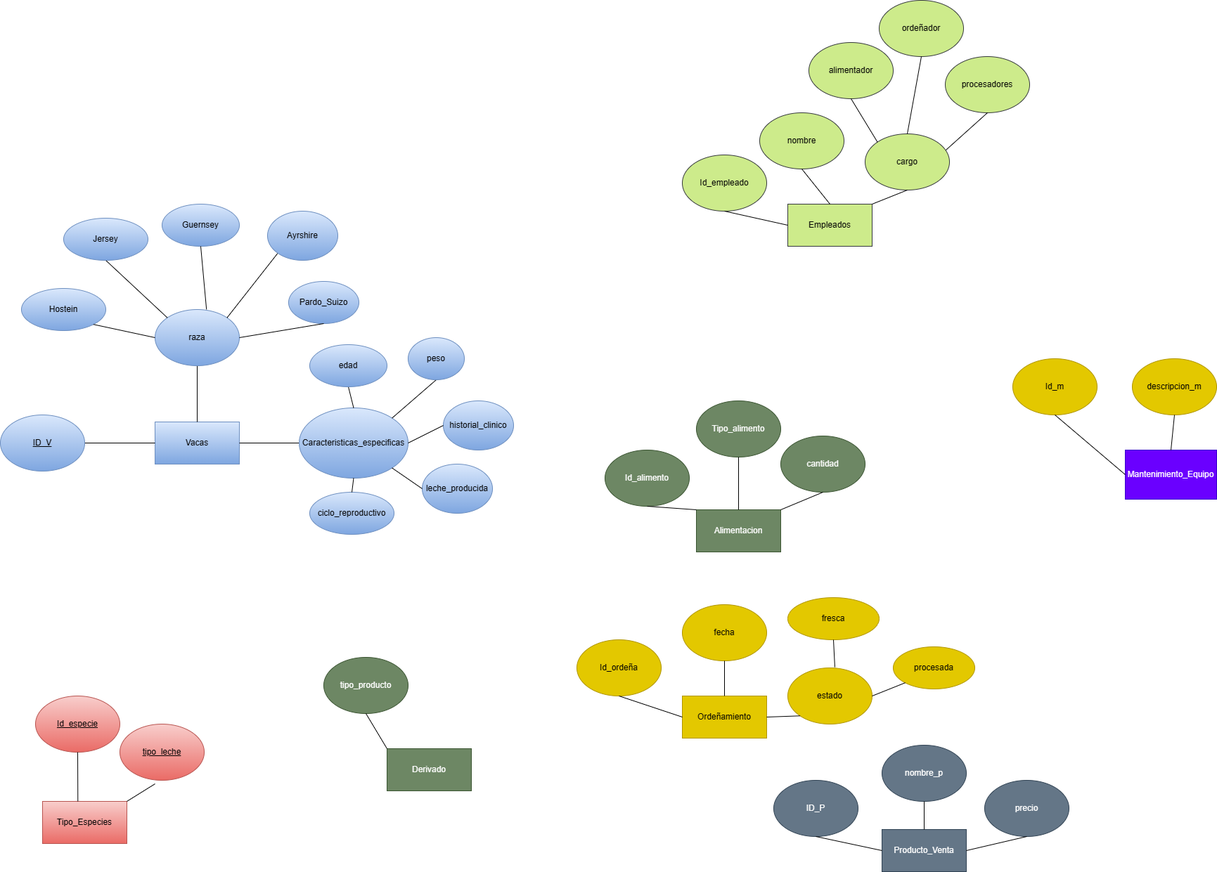
Earlier version of the draw.io export Diagrama sin título.drawio.png (akdii/ProgramacionIV). Source tidied: cells renumbered, new cells last; positions are measured from the earlier drawing's top-left corner, leaving out a move shared by most shapes.
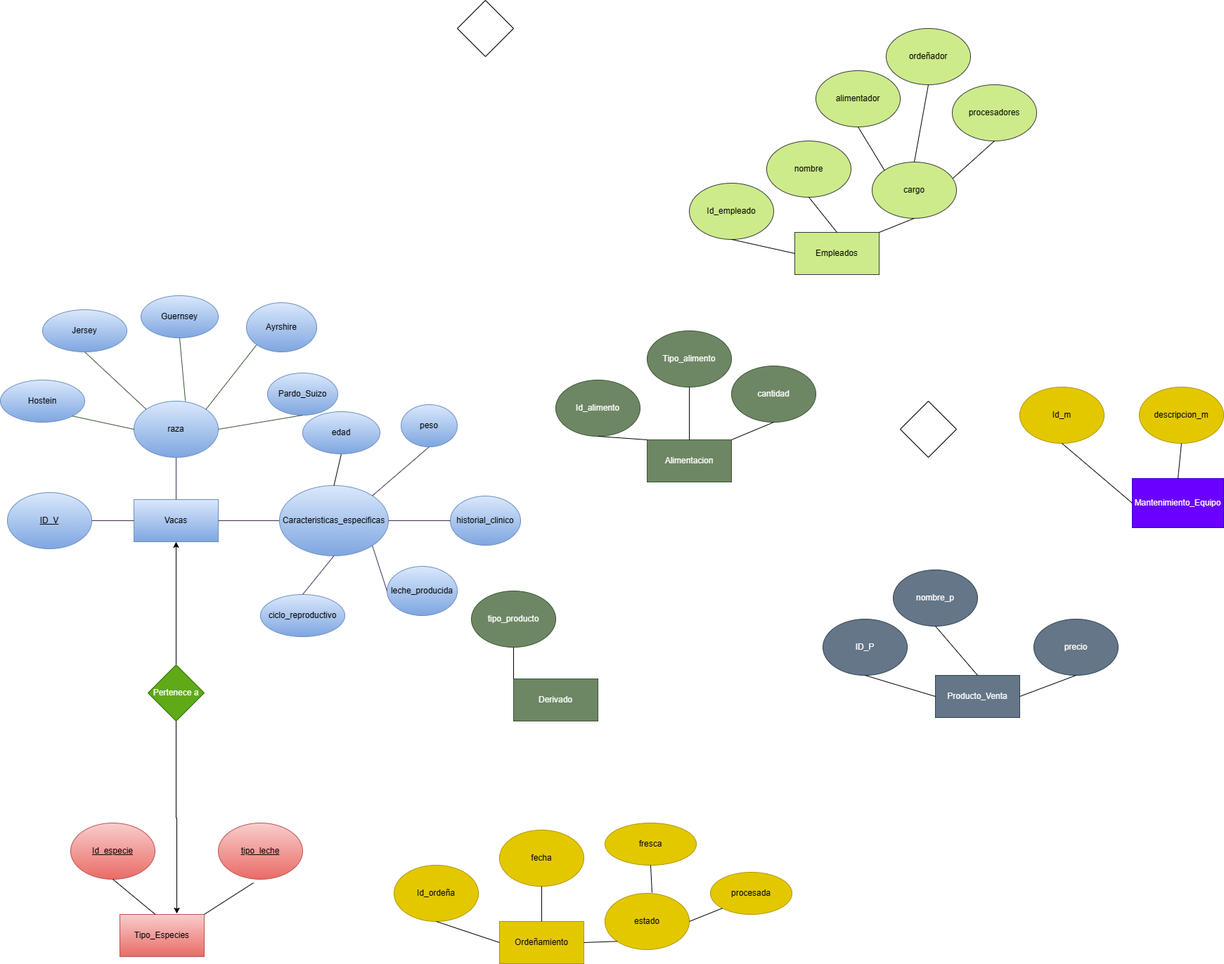
Above is the later version.

Diff of the diagram source:
```diff
@@ -5,6 +5,6 @@
     <mxCell id="2" value="Vacas" style="rounded=0;whiteSpace=wrap;html=1;fillColor=#dae8fc;strokeColor=#6c8ebf;gradientColor=#7ea6e0;" parent="1" vertex="1">
-      <mxGeometry x="220" y="600" width="120" height="60" as="geometry" />
+      <mxGeometry x="180" y="670" width="120" height="60" as="geometry" />
     </mxCell>
     <mxCell id="3" value="Tipo_Especies" style="rounded=0;whiteSpace=wrap;html=1;fillColor=#f8cecc;strokeColor=#b85450;gradientColor=#ea6b66;" parent="1" vertex="1">
-      <mxGeometry x="60" y="1140" width="120" height="60" as="geometry" />
+      <mxGeometry x="160" y="1260" width="120" height="60" as="geometry" />
     </mxCell>
@@ -14,12 +14,12 @@
     <mxCell id="5" value="Alimentacion" style="rounded=0;whiteSpace=wrap;html=1;fillColor=#6d8764;strokeColor=#3A5431;fontColor=#ffffff;" parent="1" vertex="1">
-      <mxGeometry x="990" y="725" width="120" height="60" as="geometry" />
+      <mxGeometry x="910" y="585" width="120" height="60" as="geometry" />
     </mxCell>
     <mxCell id="6" value="Ordeñamiento" style="rounded=0;whiteSpace=wrap;html=1;fillColor=#e3c800;strokeColor=#B09500;fontColor=#000000;" parent="1" vertex="1">
-      <mxGeometry x="970" y="990" width="120" height="60" as="geometry" />
+      <mxGeometry x="700" y="1270" width="120" height="60" as="geometry" />
     </mxCell>
     <mxCell id="7" value="Derivado" style="rounded=0;whiteSpace=wrap;html=1;fillColor=#6d8764;strokeColor=#3A5431;fontColor=#ffffff;" parent="1" vertex="1">
-      <mxGeometry x="550" y="1065" width="120" height="60" as="geometry" />
+      <mxGeometry x="720" y="925" width="120" height="60" as="geometry" />
     </mxCell>
     <mxCell id="8" value="Producto_Venta" style="rounded=0;whiteSpace=wrap;html=1;fillColor=#647687;strokeColor=#314354;fontColor=#ffffff;" parent="1" vertex="1">
-      <mxGeometry x="1254" y="1180" width="120" height="60" as="geometry" />
+      <mxGeometry x="1320" y="920" width="120" height="60" as="geometry" />
     </mxCell>
@@ -28,9 +28,9 @@
     </mxCell>
-    <mxCell id="10" style="endArrow=none;html=1;rounded=0;exitX=1;exitY=0.5;exitDx=0;exitDy=0;entryX=0;entryY=0.5;entryDx=0;entryDy=0;" parent="1" edge="1" source="2" target="15">
+    <mxCell id="10" style="endArrow=none;html=1;rounded=0;exitX=1;exitY=0.5;exitDx=0;exitDy=0;entryX=0;entryY=0.5;entryDx=0;entryDy=0;fillColor=#76608a;strokeColor=#432D57;" parent="1" edge="1" source="2" target="15">
       <mxGeometry relative="1" as="geometry" />
     </mxCell>
-    <mxCell id="11" style="endArrow=none;html=1;rounded=0;exitX=0.5;exitY=0;exitDx=0;exitDy=0;entryX=0.5;entryY=1;entryDx=0;entryDy=0;" parent="1" edge="1" source="2" target="14">
+    <mxCell id="11" style="endArrow=none;html=1;rounded=0;exitX=0.5;exitY=0;exitDx=0;exitDy=0;entryX=0.5;entryY=1;entryDx=0;entryDy=0;fillColor=#76608a;strokeColor=#432D57;" parent="1" edge="1" source="2" target="14">
       <mxGeometry relative="1" as="geometry" />
     </mxCell>
-    <mxCell id="12" style="endArrow=none;html=1;rounded=0;entryX=0;entryY=0.5;entryDx=0;entryDy=0;exitX=1;exitY=0.5;exitDx=0;exitDy=0;" parent="1" edge="1" source="13" target="2">
+    <mxCell id="12" style="endArrow=none;html=1;rounded=0;entryX=0;entryY=0.5;entryDx=0;entryDy=0;exitX=1;exitY=0.5;exitDx=0;exitDy=0;fillColor=#76608a;strokeColor=#432D57;" parent="1" edge="1" source="13" target="2">
       <mxGeometry relative="1" as="geometry" />
@@ -38,11 +38,11 @@
     <mxCell id="13" value="&lt;u&gt;ID_V&lt;/u&gt;" style="ellipse;whiteSpace=wrap;html=1;fillColor=#dae8fc;strokeColor=#6c8ebf;gradientColor=#7ea6e0;" parent="1" vertex="1">
-      <mxGeometry y="590" width="120" height="80" as="geometry" />
+      <mxGeometry y="660" width="120" height="80" as="geometry" />
     </mxCell>
     <mxCell id="14" value="raza" style="ellipse;whiteSpace=wrap;html=1;fillColor=#dae8fc;strokeColor=#6c8ebf;gradientColor=#7ea6e0;" parent="1" vertex="1">
-      <mxGeometry x="220" y="440" width="120" height="80" as="geometry" />
+      <mxGeometry x="180" y="530" width="120" height="80" as="geometry" />
     </mxCell>
     <mxCell id="15" value="Caracteristicas_especificas" style="ellipse;whiteSpace=wrap;html=1;fillColor=#dae8fc;strokeColor=#6c8ebf;gradientColor=#7ea6e0;" parent="1" vertex="1">
-      <mxGeometry x="425" y="580" width="155" height="100" as="geometry" />
+      <mxGeometry x="387" y="650" width="155" height="100" as="geometry" />
     </mxCell>
-    <mxCell id="16" style="endArrow=none;html=1;rounded=0;entryX=1;entryY=0;entryDx=0;entryDy=0;exitX=0.5;exitY=1;exitDx=0;exitDy=0;" parent="1" edge="1" source="17" target="15">
+    <mxCell id="16" style="endArrow=none;html=1;rounded=0;entryX=1;entryY=0;entryDx=0;entryDy=0;exitX=0.5;exitY=1;exitDx=0;exitDy=0;fillColor=#76608a;strokeColor=#432D57;" parent="1" edge="1" source="17" target="15">
       <mxGeometry relative="1" as="geometry" />
@@ -50,3 +50,3 @@
     <mxCell id="17" value="peso" style="ellipse;whiteSpace=wrap;html=1;fillColor=#dae8fc;gradientColor=#7ea6e0;strokeColor=#6c8ebf;" parent="1" vertex="1">
-      <mxGeometry x="580" y="480" width="80" height="60" as="geometry" />
+      <mxGeometry x="560" y="535" width="80" height="60" as="geometry" />
     </mxCell>
@@ -56,20 +56,20 @@
     <mxCell id="19" value="edad" style="ellipse;whiteSpace=wrap;html=1;fillColor=#dae8fc;gradientColor=#7ea6e0;strokeColor=#6c8ebf;" parent="1" vertex="1">
-      <mxGeometry x="440" y="490" width="110" height="60" as="geometry" />
+      <mxGeometry x="420" y="545" width="110" height="60" as="geometry" />
     </mxCell>
     <mxCell id="20" value="historial_clinico" style="ellipse;whiteSpace=wrap;html=1;fillColor=#dae8fc;gradientColor=#7ea6e0;strokeColor=#6c8ebf;" parent="1" vertex="1">
-      <mxGeometry x="630" y="570" width="100" height="70" as="geometry" />
+      <mxGeometry x="630" y="665" width="100" height="70" as="geometry" />
     </mxCell>
     <mxCell id="21" value="leche_producida" style="ellipse;whiteSpace=wrap;html=1;fillColor=#dae8fc;gradientColor=#7ea6e0;strokeColor=#6c8ebf;" parent="1" vertex="1">
-      <mxGeometry x="600" y="660" width="100" height="70" as="geometry" />
+      <mxGeometry x="540" y="765" width="100" height="70" as="geometry" />
     </mxCell>
     <mxCell id="22" value="ciclo_reproductivo" style="ellipse;whiteSpace=wrap;html=1;fillColor=#dae8fc;gradientColor=#7ea6e0;strokeColor=#6c8ebf;" parent="1" vertex="1">
-      <mxGeometry x="440" y="700" width="120" height="60" as="geometry" />
+      <mxGeometry x="360" y="805" width="120" height="60" as="geometry" />
     </mxCell>
-    <mxCell id="23" style="endArrow=none;html=1;rounded=0;entryX=1;entryY=0.5;entryDx=0;entryDy=0;exitX=0;exitY=0.5;exitDx=0;exitDy=0;" parent="1" edge="1" source="20" target="15">
+    <mxCell id="23" style="endArrow=none;html=1;rounded=0;entryX=1;entryY=0.5;entryDx=0;entryDy=0;exitX=0;exitY=0.5;exitDx=0;exitDy=0;fillColor=#76608a;strokeColor=#432D57;" parent="1" edge="1" source="20" target="15">
       <mxGeometry relative="1" as="geometry" />
     </mxCell>
-    <mxCell id="24" style="endArrow=none;html=1;rounded=0;entryX=1;entryY=1;entryDx=0;entryDy=0;exitX=0;exitY=0.5;exitDx=0;exitDy=0;" parent="1" edge="1" source="21" target="15">
+    <mxCell id="24" style="endArrow=none;html=1;rounded=0;entryX=1;entryY=1;entryDx=0;entryDy=0;exitX=0;exitY=0.5;exitDx=0;exitDy=0;fillColor=#76608a;strokeColor=#432D57;" parent="1" edge="1" source="21" target="15">
       <mxGeometry relative="1" as="geometry" />
     </mxCell>
-    <mxCell id="25" style="endArrow=none;html=1;rounded=0;entryX=0.5;entryY=1;entryDx=0;entryDy=0;exitX=0.5;exitY=0;exitDx=0;exitDy=0;" parent="1" edge="1" source="22" target="15">
+    <mxCell id="25" style="endArrow=none;html=1;rounded=0;entryX=0.5;entryY=1;entryDx=0;entryDy=0;exitX=0.5;exitY=0;exitDx=0;exitDy=0;fillColor=#76608a;strokeColor=#432D57;" parent="1" edge="1" source="22" target="15">
       <mxGeometry relative="1" as="geometry" />
@@ -77,3 +77,3 @@
     <mxCell id="26" value="&lt;u&gt;Id_especie&lt;/u&gt;" style="ellipse;whiteSpace=wrap;html=1;fillColor=#f8cecc;strokeColor=#b85450;gradientColor=#ea6b66;" parent="1" vertex="1">
-      <mxGeometry x="50" y="990" width="120" height="80" as="geometry" />
+      <mxGeometry x="90" y="1130" width="120" height="80" as="geometry" />
     </mxCell>
@@ -86,8 +86,8 @@
     <mxCell id="29" value="&lt;u&gt;tipo_leche&lt;/u&gt;" style="ellipse;whiteSpace=wrap;html=1;fillColor=#f8cecc;strokeColor=#b85450;gradientColor=#ea6b66;" parent="1" vertex="1">
-      <mxGeometry x="170" y="1030" width="120" height="80" as="geometry" />
+      <mxGeometry x="300" y="1130" width="120" height="80" as="geometry" />
     </mxCell>
     <mxCell id="30" value="Guernsey" style="ellipse;whiteSpace=wrap;html=1;fillColor=#dae8fc;gradientColor=#7ea6e0;strokeColor=#6c8ebf;" parent="1" vertex="1">
-      <mxGeometry x="230" y="290" width="110" height="60" as="geometry" />
+      <mxGeometry x="190" y="380" width="110" height="60" as="geometry" />
     </mxCell>
-    <mxCell id="31" style="endArrow=none;html=1;rounded=0;entryX=0;entryY=0;entryDx=0;entryDy=0;exitX=0.5;exitY=1;exitDx=0;exitDy=0;" parent="1" edge="1" source="32" target="14">
+    <mxCell id="31" style="endArrow=none;html=1;rounded=0;entryX=0;entryY=0;entryDx=0;entryDy=0;exitX=0.5;exitY=1;exitDx=0;exitDy=0;fillColor=#6d8764;strokeColor=#3A5431;" parent="1" edge="1" source="32" target="14">
       <mxGeometry relative="1" as="geometry" />
@@ -95,8 +95,8 @@
     <mxCell id="32" value="Jersey" style="ellipse;whiteSpace=wrap;html=1;fillColor=#dae8fc;gradientColor=#7ea6e0;strokeColor=#6c8ebf;" parent="1" vertex="1">
-      <mxGeometry x="90" y="310" width="120" height="60" as="geometry" />
+      <mxGeometry x="50" y="400" width="120" height="60" as="geometry" />
     </mxCell>
-    <mxCell id="33" style="endArrow=none;html=1;rounded=0;exitX=0.5;exitY=1;exitDx=0;exitDy=0;entryX=0.61;entryY=-0.002;entryDx=0;entryDy=0;entryPerimeter=0;" parent="1" edge="1" source="30" target="14">
+    <mxCell id="33" style="endArrow=none;html=1;rounded=0;exitX=0.5;exitY=1;exitDx=0;exitDy=0;entryX=0.61;entryY=-0.002;entryDx=0;entryDy=0;entryPerimeter=0;fillColor=#6d8764;strokeColor=#3A5431;" parent="1" edge="1" source="30" target="14">
       <mxGeometry relative="1" as="geometry" />
     </mxCell>
-    <mxCell id="34" style="endArrow=none;html=1;rounded=0;entryX=1;entryY=0;entryDx=0;entryDy=0;exitX=0;exitY=1;exitDx=0;exitDy=0;" parent="1" edge="1" source="35" target="14">
+    <mxCell id="34" style="endArrow=none;html=1;rounded=0;entryX=1;entryY=0;entryDx=0;entryDy=0;exitX=0;exitY=1;exitDx=0;exitDy=0;fillColor=#6d8764;strokeColor=#3A5431;" parent="1" edge="1" source="35" target="14">
       <mxGeometry relative="1" as="geometry" />
@@ -104,8 +104,8 @@
     <mxCell id="35" value="Ayrshire" style="ellipse;whiteSpace=wrap;html=1;fillColor=#dae8fc;gradientColor=#7ea6e0;strokeColor=#6c8ebf;" parent="1" vertex="1">
-      <mxGeometry x="380" y="300" width="100" height="70" as="geometry" />
+      <mxGeometry x="340" y="390" width="100" height="70" as="geometry" />
     </mxCell>
     <mxCell id="36" value="Hostein" style="ellipse;whiteSpace=wrap;html=1;fillColor=#dae8fc;gradientColor=#7ea6e0;strokeColor=#6c8ebf;" parent="1" vertex="1">
-      <mxGeometry x="30" y="410" width="120" height="60" as="geometry" />
+      <mxGeometry x="-10" y="500" width="120" height="60" as="geometry" />
     </mxCell>
-    <mxCell id="37" style="endArrow=none;html=1;rounded=0;entryX=0;entryY=0.5;entryDx=0;entryDy=0;exitX=1;exitY=1;exitDx=0;exitDy=0;" parent="1" edge="1" source="36" target="14">
+    <mxCell id="37" style="endArrow=none;html=1;rounded=0;entryX=0;entryY=0.5;entryDx=0;entryDy=0;exitX=1;exitY=1;exitDx=0;exitDy=0;fillColor=#6d8764;strokeColor=#3A5431;" parent="1" edge="1" source="36" target="14">
       <mxGeometry relative="1" as="geometry" />
@@ -113,5 +113,5 @@
     <mxCell id="38" value="Pardo_Suizo" style="ellipse;whiteSpace=wrap;html=1;fillColor=#dae8fc;gradientColor=#7ea6e0;strokeColor=#6c8ebf;" parent="1" vertex="1">
-      <mxGeometry x="410" y="400" width="100" height="60" as="geometry" />
+      <mxGeometry x="370" y="490" width="100" height="60" as="geometry" />
     </mxCell>
-    <mxCell id="39" style="endArrow=none;html=1;rounded=0;entryX=1;entryY=0.5;entryDx=0;entryDy=0;exitX=0.5;exitY=1;exitDx=0;exitDy=0;" parent="1" edge="1" source="38" target="14">
+    <mxCell id="39" style="endArrow=none;html=1;rounded=0;entryX=1;entryY=0.5;entryDx=0;entryDy=0;exitX=0.5;exitY=1;exitDx=0;exitDy=0;fillColor=#6d8764;strokeColor=#3A5431;" parent="1" edge="1" source="38" target="14">
       <mxGeometry relative="1" as="geometry" />
@@ -155,3 +155,3 @@
     <mxCell id="52" value="Id_alimento" style="ellipse;whiteSpace=wrap;html=1;fillColor=#6d8764;strokeColor=#3A5431;fontColor=#ffffff;" parent="1" vertex="1">
-      <mxGeometry x="860" y="640" width="120" height="80" as="geometry" />
+      <mxGeometry x="780" y="500" width="120" height="80" as="geometry" />
     </mxCell>
@@ -161,3 +161,3 @@
     <mxCell id="54" value="Tipo_alimento" style="ellipse;whiteSpace=wrap;html=1;fillColor=#6d8764;strokeColor=#3A5431;fontColor=#ffffff;" parent="1" vertex="1">
-      <mxGeometry x="990" y="570" width="120" height="80" as="geometry" />
+      <mxGeometry x="910" y="430" width="120" height="80" as="geometry" />
     </mxCell>
@@ -167,3 +167,3 @@
     <mxCell id="56" value="cantidad" style="ellipse;whiteSpace=wrap;html=1;fillColor=#6d8764;strokeColor=#3A5431;fontColor=#ffffff;" parent="1" vertex="1">
-      <mxGeometry x="1110" y="620" width="120" height="80" as="geometry" />
+      <mxGeometry x="1030" y="480" width="120" height="80" as="geometry" />
     </mxCell>
@@ -173,9 +173,9 @@
     <mxCell id="58" value="Id_ordeña" style="ellipse;whiteSpace=wrap;html=1;fillColor=#e3c800;strokeColor=#B09500;fontColor=#000000;" parent="1" vertex="1">
-      <mxGeometry x="820" y="910" width="120" height="80" as="geometry" />
+      <mxGeometry x="550" y="1190" width="120" height="80" as="geometry" />
     </mxCell>
     <mxCell id="59" value="fecha" style="ellipse;whiteSpace=wrap;html=1;fillColor=#e3c800;strokeColor=#B09500;fontColor=#000000;" parent="1" vertex="1">
-      <mxGeometry x="970" y="860" width="120" height="80" as="geometry" />
+      <mxGeometry x="700" y="1140" width="120" height="80" as="geometry" />
     </mxCell>
     <mxCell id="60" value="estado" style="ellipse;whiteSpace=wrap;html=1;fillColor=#e3c800;strokeColor=#B09500;fontColor=#000000;" parent="1" vertex="1">
-      <mxGeometry x="1120" y="950" width="120" height="80" as="geometry" />
+      <mxGeometry x="850" y="1230" width="120" height="80" as="geometry" />
     </mxCell>
@@ -191,3 +191,3 @@
     <mxCell id="64" value="fresca" style="ellipse;whiteSpace=wrap;html=1;fillColor=#e3c800;strokeColor=#B09500;fontColor=#000000;" parent="1" vertex="1">
-      <mxGeometry x="1120" y="850" width="130" height="60" as="geometry" />
+      <mxGeometry x="850" y="1130" width="130" height="60" as="geometry" />
     </mxCell>
@@ -197,3 +197,3 @@
     <mxCell id="66" value="procesada" style="ellipse;whiteSpace=wrap;html=1;fillColor=#e3c800;strokeColor=#B09500;fontColor=#000000;" parent="1" vertex="1">
-      <mxGeometry x="1270" y="920" width="116" height="60" as="geometry" />
+      <mxGeometry x="1000" y="1200" width="116" height="60" as="geometry" />
     </mxCell>
@@ -203,3 +203,3 @@
     <mxCell id="68" value="tipo_producto" style="ellipse;whiteSpace=wrap;html=1;fillColor=#6d8764;strokeColor=#3A5431;fontColor=#ffffff;" parent="1" vertex="1">
-      <mxGeometry x="460" y="935" width="120" height="80" as="geometry" />
+      <mxGeometry x="660" y="800" width="120" height="80" as="geometry" />
     </mxCell>
@@ -209,3 +209,3 @@
     <mxCell id="70" value="ID_P" style="ellipse;whiteSpace=wrap;html=1;fillColor=#647687;strokeColor=#314354;fontColor=#ffffff;" parent="1" vertex="1">
-      <mxGeometry x="1100" y="1110" width="120" height="80" as="geometry" />
+      <mxGeometry x="1160" y="840" width="120" height="80" as="geometry" />
     </mxCell>
@@ -215,3 +215,3 @@
     <mxCell id="72" value="nombre_p" style="ellipse;whiteSpace=wrap;html=1;fillColor=#647687;strokeColor=#314354;fontColor=#ffffff;" parent="1" vertex="1">
-      <mxGeometry x="1254" y="1060" width="120" height="80" as="geometry" />
+      <mxGeometry x="1260" y="770" width="120" height="80" as="geometry" />
     </mxCell>
@@ -221,3 +221,3 @@
     <mxCell id="74" value="precio" style="ellipse;whiteSpace=wrap;html=1;fillColor=#647687;strokeColor=#314354;fontColor=#ffffff;" parent="1" vertex="1">
-      <mxGeometry x="1400" y="1110" width="120" height="80" as="geometry" />
+      <mxGeometry x="1460" y="840" width="120" height="80" as="geometry" />
     </mxCell>
@@ -238,2 +238,21 @@
     </mxCell>
+    <mxCell id="80" style="edgeStyle=orthogonalEdgeStyle;rounded=0;jettySize=auto;html=1;entryX=0.5;entryY=1;entryDx=0;entryDy=0;" parent="1" edge="1" source="81" target="2">
+      <mxGeometry relative="1" as="geometry" />
+    </mxCell>
+    <mxCell id="81" value="Pertenece a" style="rhombus;whiteSpace=wrap;html=1;fillColor=#60a917;fontColor=#ffffff;strokeColor=#2D7600;" parent="1" vertex="1">
+      <mxGeometry x="200" y="905" width="80" height="80" as="geometry" />
+    </mxCell>
+    <mxCell id="82" style="rhombus;whiteSpace=wrap;html=1;" parent="1" vertex="1">
+      <mxGeometry x="640" y="-40" width="80" height="80" as="geometry" />
+    </mxCell>
+    <mxCell id="83" style="rhombus;whiteSpace=wrap;html=1;" parent="1" vertex="1">
+      <mxGeometry x="1270" y="530" width="80" height="80" as="geometry" />
+    </mxCell>
+    <mxCell id="84" style="edgeStyle=orthogonalEdgeStyle;rounded=0;jettySize=auto;html=1;entryX=0.675;entryY=-0.017;entryDx=0;entryDy=0;entryPerimeter=0;" parent="1" edge="1" source="81" target="3">
+      <mxGeometry relative="1" as="geometry">
+        <Array as="points">
+          <mxPoint x="240" y="1123" />
+        </Array>
+      </mxGeometry>
+    </mxCell>
   </root>
```
